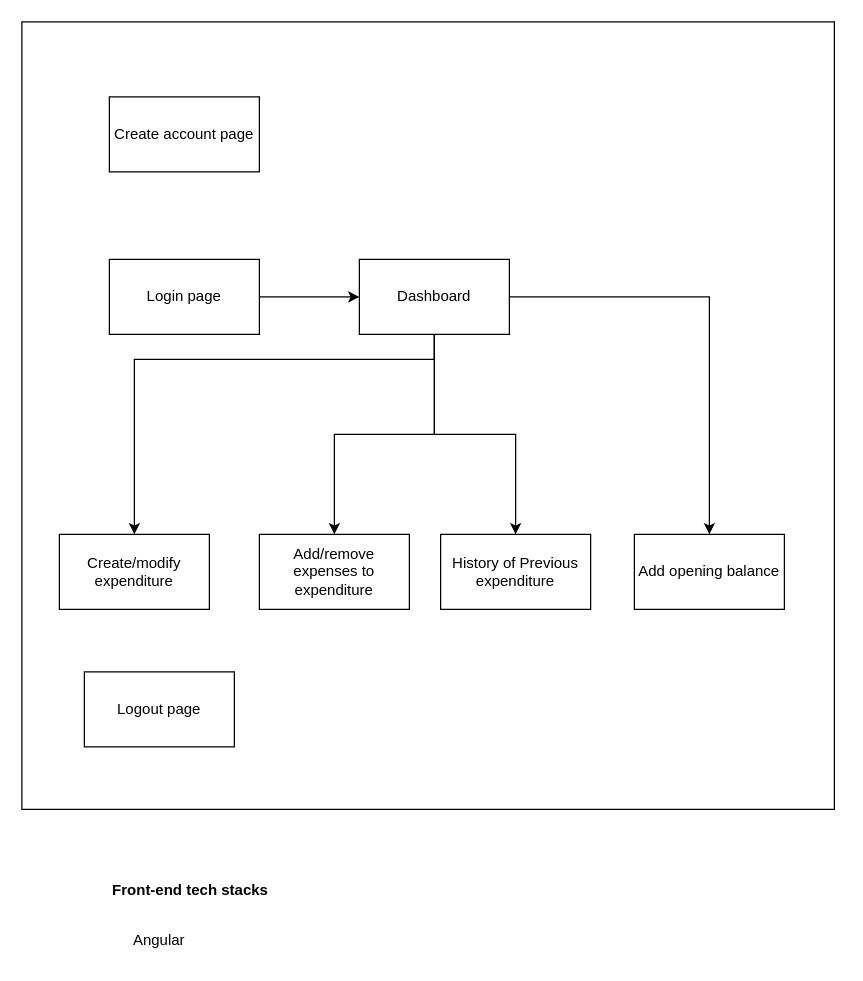
The draw.io diagram page "clientArchitecture" (3 of 6) of budgetTrackerApp.drawio in sathishsekarss/drawIOFiles, before the edit. Source tidied: cells renumbered, new cells numbered last; positions are measured from the earlier drawing's top-left corner, leaving out a move shared by most shapes. Both pictures are drawn from the tidied source at 125%, with x=0, y=0 at pixel (21, 21).
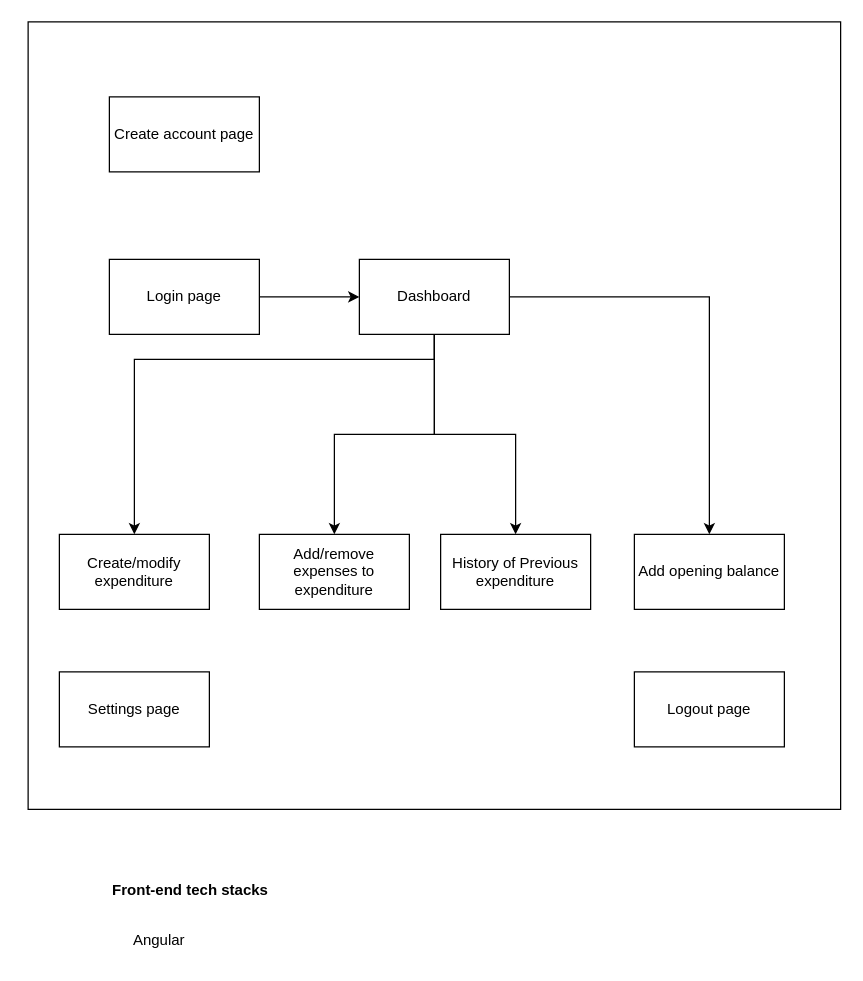
After the change.

What changed in the source:
```diff
@@
     <mxCell id="2" style="rounded=0;whiteSpace=wrap;html=1;" parent="1" vertex="1">
-      <mxGeometry width="650" height="630" as="geometry" />
+      <mxGeometry x="5" width="650" height="630" as="geometry" />
     </mxCell>
@@
     <mxCell id="15" value="Logout page" style="rounded=0;whiteSpace=wrap;html=1;" parent="1" vertex="1">
-      <mxGeometry x="50" y="520" width="120" height="60" as="geometry" />
+      <mxGeometry x="490" y="520" width="120" height="60" as="geometry" />
     </mxCell>
@@
+    <mxCell id="18" value="Settings page" style="rounded=0;whiteSpace=wrap;html=1;" parent="1" vertex="1">
+      <mxGeometry x="30" y="520" width="120" height="60" as="geometry" />
+    </mxCell>
```
